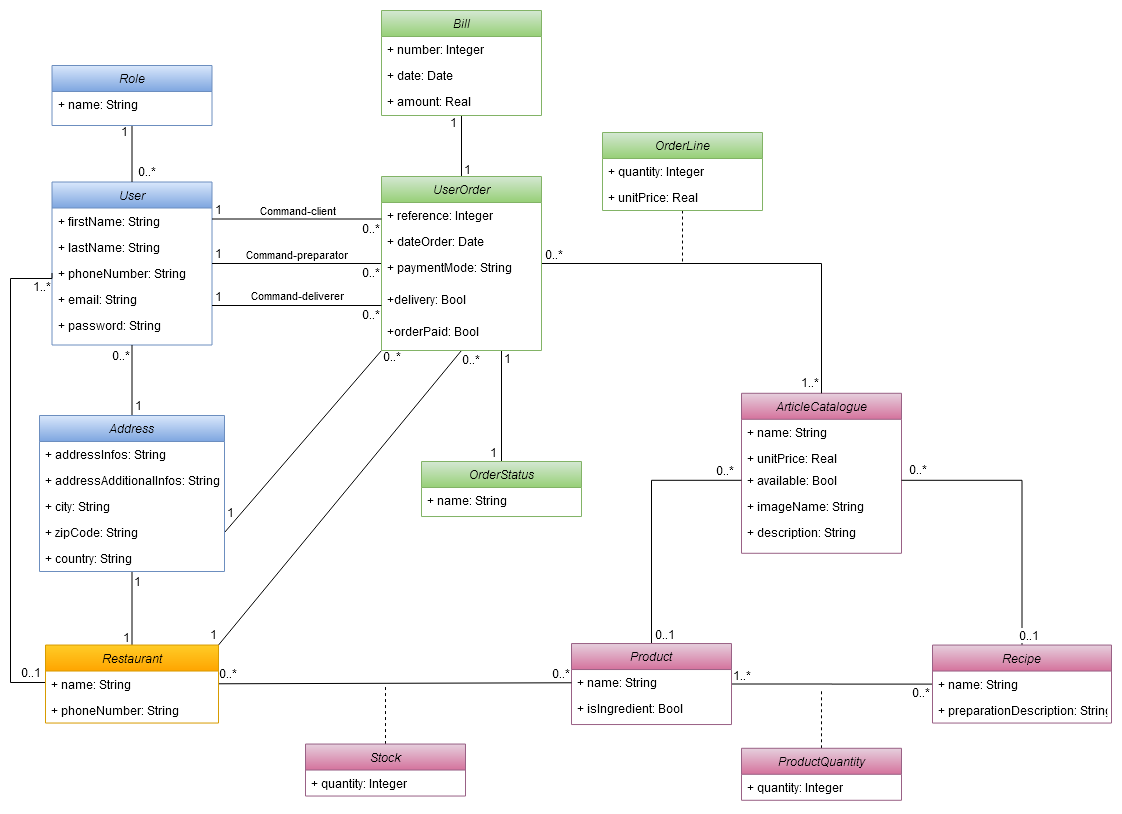
Earlier version of the draw.io export diagram/class-diagram.png (AngoGG/Solution-Technique-OC-Pizza). Source tidied: cells renumbered, new cells last; positions are measured from the earlier drawing's top-left corner, leaving out a move shared by most shapes.
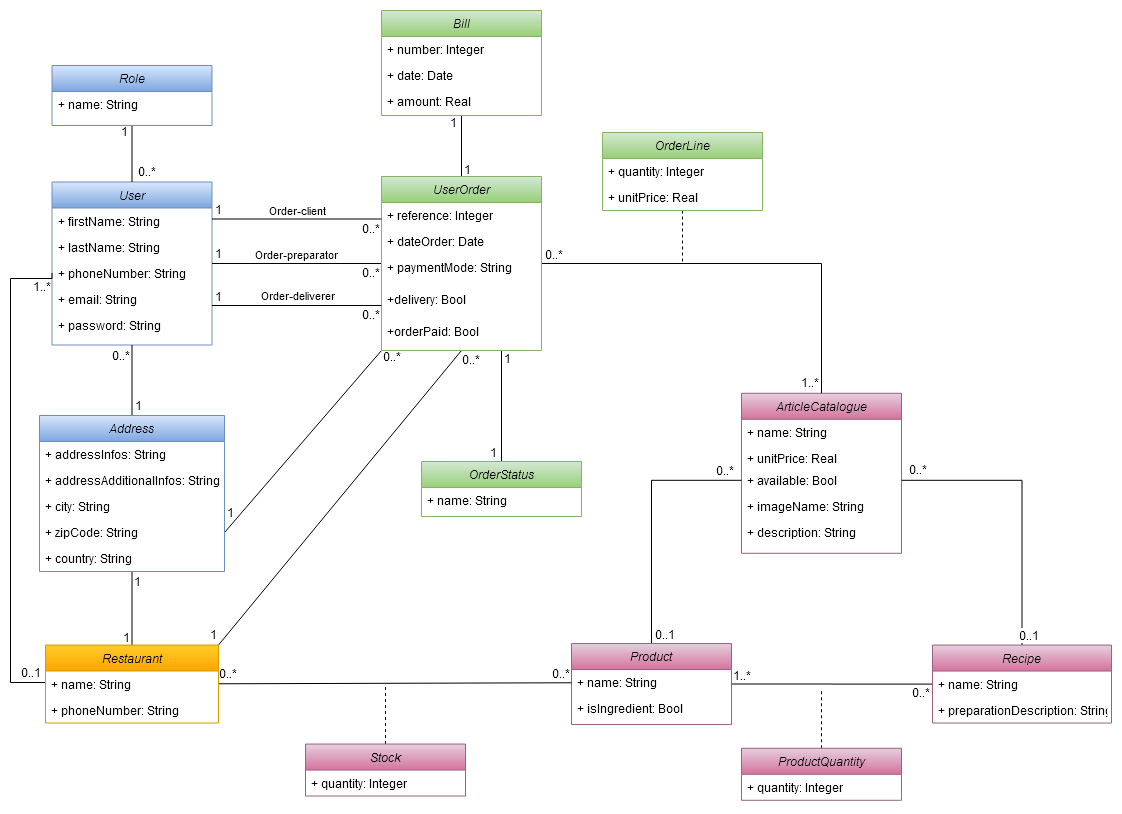
The same diagram one commit later.

Commit message:
better naming of the User/UserOrder relationships

What changed in the source:
```diff
@@ -164,7 +164,7 @@
         <mxPoint x="14.6" y="16" as="offset" />
       </mxGeometry>
     </mxCell>
-    <mxCell id="44" value="Command-preparator" style="edgeLabel;html=1;align=center;verticalAlign=bottom;" parent="41" vertex="1">
+    <mxCell id="44" value="Order-preparator" style="edgeLabel;html=1;align=center;verticalAlign=bottom;" parent="41" vertex="1">
       <mxGeometry x="-0.16" y="-2" relative="1" as="geometry">
         <mxPoint x="12.8" y="-2" as="offset" />
       </mxGeometry>
@@ -345,7 +345,7 @@
         <mxPoint x="14.6" y="16.5" as="offset" />
       </mxGeometry>
     </mxCell>
-    <mxCell id="98" value="Command-client" style="edgeLabel;html=1;align=center;verticalAlign=bottom;" parent="95" vertex="1">
+    <mxCell id="98" value="Order-client" style="edgeLabel;html=1;align=center;verticalAlign=bottom;" parent="95" vertex="1">
       <mxGeometry x="0.15" y="-1" relative="1" as="geometry">
         <mxPoint x="-13.4" y="-0.5" as="offset" />
       </mxGeometry>
@@ -366,7 +366,7 @@
         <mxPoint x="14.6" y="16" as="offset" />
       </mxGeometry>
     </mxCell>
-    <mxCell id="102" value="Command-deliverer" style="edgeLabel;html=1;align=center;verticalAlign=bottom;" parent="1" vertex="1">
+    <mxCell id="102" value="Order-deliverer" style="edgeLabel;html=1;align=center;verticalAlign=bottom;" parent="1" vertex="1">
       <mxGeometry x="286" y="294" as="geometry" />
     </mxCell>
     <mxCell id="103" value="1" style="text;html=1;align=left;verticalAlign=middle;labelBackgroundColor=#ffffff;" parent="1" vertex="1">
```
